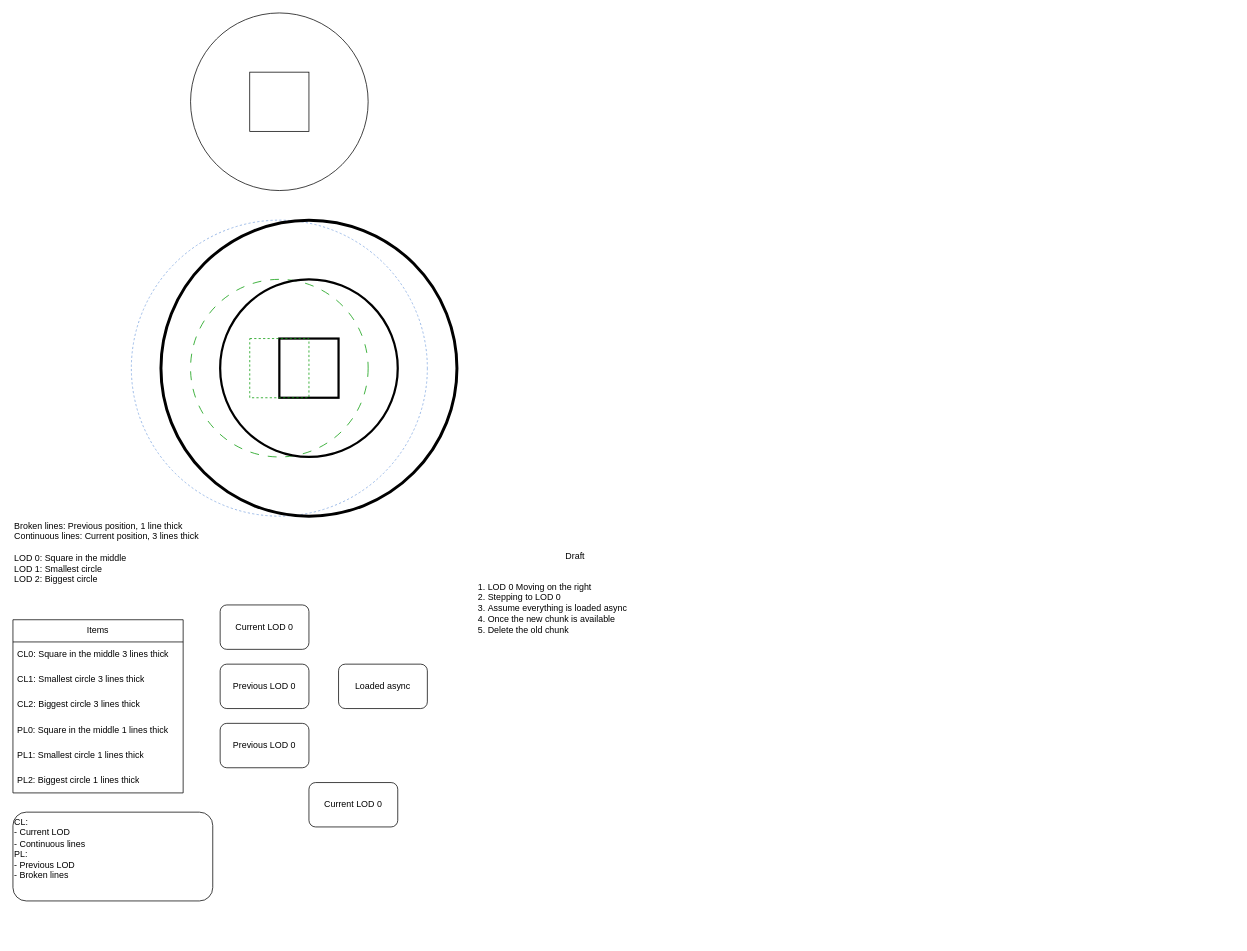
Earlier version of the draw.io diagram docs/ChunkRemoval.drawio (gamedevalice/ironverse). Source tidied: cells renumbered, new cells numbered last; positions are measured from the earlier drawing's top-left corner, leaving out a move shared by most shapes. Both pictures are drawn from the tidied source at 74%, with x=0, y=0 at pixel (13, 13).
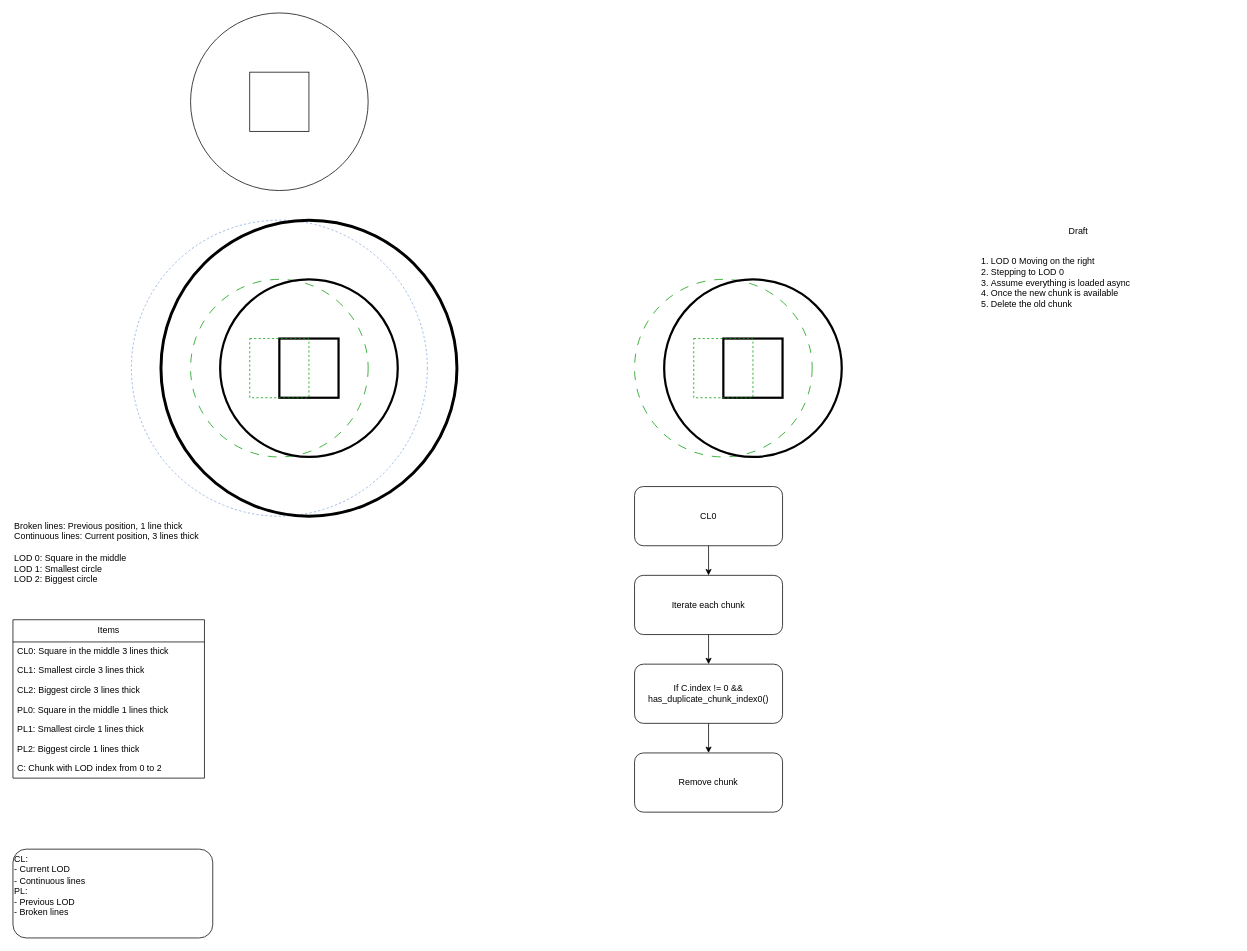
After the change.

Commit message (it also covers changes not shown here):
Implemented disposing duplicate keys for lod 0 and 1 so that there won't be holes when disposing chunks

The edit, as a diff of the source:
```diff
@@
     <mxCell id="11" style="group;" parent="1" vertex="1">
-      <mxGeometry x="600" y="720" width="370" height="160" as="geometry" />
+      <mxGeometry x="1280" y="280" width="370" height="160" as="geometry" />
     </mxCell>
@@
+    <mxCell id="28" style="edgeStyle=orthogonalEdgeStyle;rounded=0;jettySize=auto;html=1;entryX=0.5;entryY=0;entryDx=0;entryDy=0;" parent="1" edge="1" source="14" target="31">
+      <mxGeometry relative="1" as="geometry" />
+    </mxCell>
-    <mxCell id="14" value="Current LOD 0" style="rounded=1;whiteSpace=wrap;html=1;fillColor=none;" parent="1" vertex="1">
-      <mxGeometry x="280" y="800" width="120" height="60" as="geometry" />
+    <mxCell id="14" value="CL0" style="rounded=1;whiteSpace=wrap;html=1;fillColor=none;" parent="1" vertex="1">
+      <mxGeometry x="840" y="640" width="200" height="80" as="geometry" />
     </mxCell>
-    <mxCell id="15" value="Loaded async" style="rounded=1;whiteSpace=wrap;html=1;fillColor=none;" parent="1" vertex="1">
-      <mxGeometry x="440" y="880" width="120" height="60" as="geometry" />
-    </mxCell>
-    <mxCell id="16" value="Previous LOD 0" style="rounded=1;whiteSpace=wrap;html=1;fillColor=none;" parent="1" vertex="1">
-      <mxGeometry x="280" y="880" width="120" height="60" as="geometry" />
-    </mxCell>
-    <mxCell id="17" value="Previous LOD 0" style="rounded=1;whiteSpace=wrap;html=1;fillColor=none;" parent="1" vertex="1">
-      <mxGeometry x="280" y="960" width="120" height="60" as="geometry" />
-    </mxCell>
     <mxCell id="18" style="group;" parent="1" vertex="1">
-      <mxGeometry y="820" width="240" height="194" as="geometry" />
+      <mxGeometry y="820" width="270" height="150" as="geometry" />
     </mxCell>
     <mxCell id="19" value="Items" style="swimlane;fontStyle=0;horizontal=1;startSize=30;whiteSpace=wrap;html=1;" parent="18" vertex="1">
-      <mxGeometry width="230" height="234" as="geometry" />
+      <mxGeometry width="258.8" height="214" as="geometry" />
     </mxCell>
     <mxCell id="20" value="CL0: Square in the middle 3 lines thick" style="text;strokeColor=none;fillColor=none;align=left;verticalAlign=middle;spacingLeft=4;spacingRight=4;overflow=hidden;whiteSpace=wrap;html=1;" parent="19" vertex="1">
-      <mxGeometry y="30" width="230" height="34" as="geometry" />
+      <mxGeometry y="30" width="258.8" height="26.3" as="geometry" />
     </mxCell>
     <mxCell id="21" value="CL1: Smallest circle 3 lines thick" style="text;strokeColor=none;fillColor=none;align=left;verticalAlign=middle;spacingLeft=4;spacingRight=4;overflow=hidden;whiteSpace=wrap;html=1;" parent="19" vertex="1">
-      <mxGeometry y="64" width="230" height="34" as="geometry" />
+      <mxGeometry y="56.3" width="258.8" height="26.3" as="geometry" />
     </mxCell>
     <mxCell id="22" value="CL2: Biggest circle 3 lines thick" style="text;strokeColor=none;fillColor=none;align=left;verticalAlign=middle;spacingLeft=4;spacingRight=4;overflow=hidden;whiteSpace=wrap;html=1;" parent="19" vertex="1">
-      <mxGeometry y="98" width="230" height="34" as="geometry" />
+      <mxGeometry y="82.6" width="258.8" height="26.3" as="geometry" />
     </mxCell>
     <mxCell id="23" value="PL0: Square in the middle 1 lines thick" style="text;strokeColor=none;fillColor=none;align=left;verticalAlign=middle;spacingLeft=4;spacingRight=4;overflow=hidden;whiteSpace=wrap;html=1;" parent="19" vertex="1">
-      <mxGeometry y="132" width="230" height="34" as="geometry" />
+      <mxGeometry y="108.9" width="258.8" height="26.3" as="geometry" />
     </mxCell>
     <mxCell id="24" value="PL1: Smallest circle 1 lines thick" style="text;strokeColor=none;fillColor=none;align=left;verticalAlign=middle;spacingLeft=4;spacingRight=4;overflow=hidden;whiteSpace=wrap;html=1;" parent="19" vertex="1">
-      <mxGeometry y="166" width="230" height="34" as="geometry" />
+      <mxGeometry y="135.2" width="258.8" height="26.3" as="geometry" />
     </mxCell>
     <mxCell id="25" value="PL2: Biggest circle 1 lines thick" style="text;strokeColor=none;fillColor=none;align=left;verticalAlign=middle;spacingLeft=4;spacingRight=4;overflow=hidden;whiteSpace=wrap;html=1;" parent="19" vertex="1">
-      <mxGeometry y="200" width="230" height="34" as="geometry" />
+      <mxGeometry y="161.4" width="258.8" height="26.3" as="geometry" />
     </mxCell>
+    <mxCell id="29" value="C: Chunk with LOD index from 0 to 2" style="text;strokeColor=none;fillColor=none;align=left;verticalAlign=middle;spacingLeft=4;spacingRight=4;overflow=hidden;whiteSpace=wrap;html=1;" parent="19" vertex="1">
+      <mxGeometry y="187.7" width="258.8" height="26.3" as="geometry" />
+    </mxCell>
     <mxCell id="26" value="CL: &lt;br&gt;- Current LOD&lt;br&gt;- Continuous lines&lt;br&gt;PL: &lt;br&gt;- Previous LOD&lt;br&gt;- Broken lines" style="rounded=1;whiteSpace=wrap;html=1;fillColor=none;align=left;verticalAlign=top;" parent="1" vertex="1">
-      <mxGeometry y="1080" width="270" height="120" as="geometry" />
+      <mxGeometry y="1130" width="270" height="120" as="geometry" />
     </mxCell>
-    <mxCell id="27" value="Current LOD 0" style="rounded=1;whiteSpace=wrap;html=1;fillColor=none;" parent="1" vertex="1">
-      <mxGeometry x="400" y="1040" width="120" height="60" as="geometry" />
-    </mxCell>
+    <mxCell id="30" style="edgeStyle=orthogonalEdgeStyle;rounded=0;jettySize=auto;html=1;entryX=0.5;entryY=0;entryDx=0;entryDy=0;" parent="1" edge="1" source="31" target="33">
+      <mxGeometry relative="1" as="geometry" />
+    </mxCell>
+    <mxCell id="31" value="Iterate each chunk" style="rounded=1;whiteSpace=wrap;html=1;fillColor=none;" parent="1" vertex="1">
+      <mxGeometry x="840" y="760" width="200" height="80" as="geometry" />
+    </mxCell>
+    <mxCell id="32" style="edgeStyle=orthogonalEdgeStyle;rounded=0;jettySize=auto;html=1;entryX=0.5;entryY=0;entryDx=0;entryDy=0;" parent="1" edge="1" source="33" target="38">
+      <mxGeometry relative="1" as="geometry" />
+    </mxCell>
+    <mxCell id="33" value="If C.index != 0 &amp;amp;&amp;amp;&lt;br&gt;has_duplicate_chunk_index0()" style="rounded=1;whiteSpace=wrap;html=1;fillColor=none;" parent="1" vertex="1">
+      <mxGeometry x="840" y="880" width="200" height="80" as="geometry" />
+    </mxCell>
+    <mxCell id="34" style="ellipse;whiteSpace=wrap;html=1;fillColor=none;strokeColor=#009900;dashed=1;dashPattern=12 12;" parent="1" vertex="1">
+      <mxGeometry x="840" y="360" width="240" height="240" as="geometry" />
+    </mxCell>
+    <mxCell id="35" style="ellipse;whiteSpace=wrap;html=1;fillColor=none;strokeWidth=3;" parent="1" vertex="1">
+      <mxGeometry x="880" y="360" width="240" height="240" as="geometry" />
+    </mxCell>
+    <mxCell id="36" style="whiteSpace=wrap;html=1;fillColor=none;strokeWidth=3;" parent="1" vertex="1">
+      <mxGeometry x="960" y="440" width="80" height="80" as="geometry" />
+    </mxCell>
+    <mxCell id="37" style="whiteSpace=wrap;html=1;fillColor=none;strokeColor=#009900;dashed=1;" parent="1" vertex="1">
+      <mxGeometry x="920" y="440" width="80" height="80" as="geometry" />
+    </mxCell>
+    <mxCell id="38" value="Remove chunk" style="rounded=1;whiteSpace=wrap;html=1;fillColor=none;" parent="1" vertex="1">
+      <mxGeometry x="840" y="1000" width="200" height="80" as="geometry" />
+    </mxCell>
```
